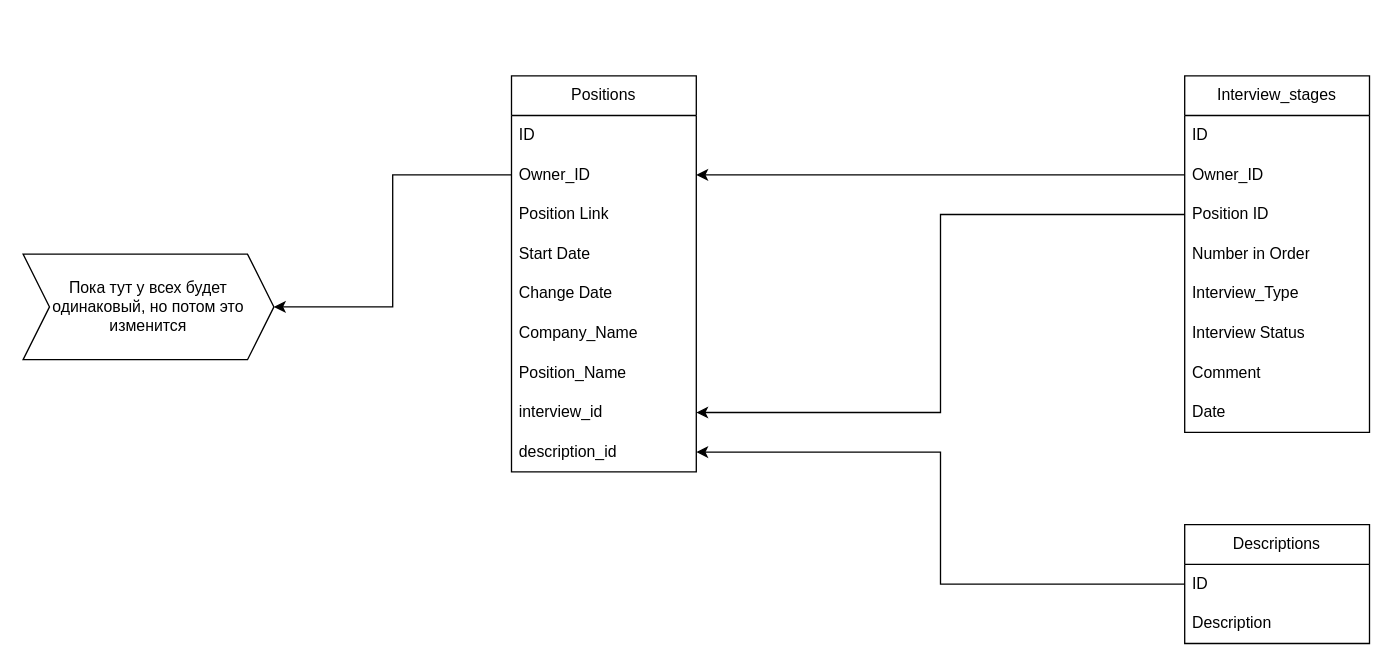
This is db_interview_helper.drawio from DimaVarek/exercises, a draw.io file, before an edit. Source tidied: cells renumbered, new cells numbered last; positions are measured from the earlier drawing's top-left corner, leaving out a move shared by most shapes. Both pictures are drawn from the tidied source at 132%, with x=0, y=0 at pixel (22, 75).
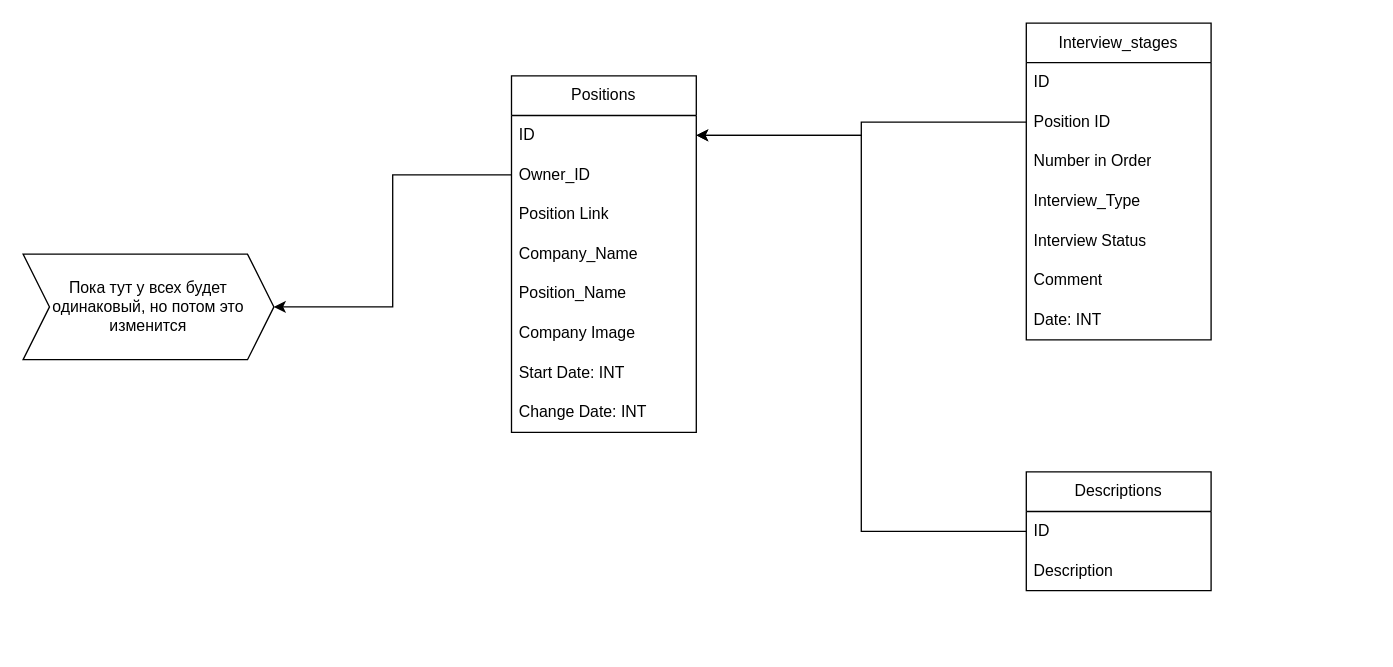
Above is the later version.

The change refers to these unchanged cells:
```xml
<mxCell id="3" value="ID" style="text;strokeColor=none;fillColor=none;align=left;verticalAlign=middle;spacingLeft=4;spacingRight=4;overflow=hidden;points=[[0,0.5],[1,0.5]];portConstraint=eastwest;whiteSpace=wrap;html=1;" parent="2" vertex="1">
  <mxGeometry y="30" width="140" height="30" as="geometry" />
</mxCell>
<mxCell id="4" value="Owner_ID" style="text;strokeColor=none;fillColor=none;align=left;verticalAlign=middle;spacingLeft=4;spacingRight=4;overflow=hidden;points=[[0,0.5],[1,0.5]];portConstraint=eastwest;whiteSpace=wrap;html=1;" parent="2" vertex="1">
  <mxGeometry y="60" width="140" height="30" as="geometry" />
</mxCell>
<mxCell id="24" value="ID" style="text;strokeColor=none;fillColor=none;align=left;verticalAlign=middle;spacingLeft=4;spacingRight=4;overflow=hidden;points=[[0,0.5],[1,0.5]];portConstraint=eastwest;whiteSpace=wrap;html=1;" parent="23" vertex="1">
  <mxGeometry y="30" width="140" height="30" as="geometry" />
</mxCell>
```

What changed in the source:
```diff
@@
     <mxCell id="2" value="Positions" style="swimlane;fontStyle=0;horizontal=1;startSize=30;whiteSpace=wrap;html=1;" parent="1" vertex="1">
-      <mxGeometry x="370" width="140" height="300" as="geometry" />
+      <mxGeometry x="370" width="140" height="270" as="geometry" />
     </mxCell>
@@
+    <mxCell id="8" value="Company_Name" style="text;strokeColor=none;fillColor=none;align=left;verticalAlign=middle;spacingLeft=4;spacingRight=4;overflow=hidden;whiteSpace=wrap;html=1;" parent="2" vertex="1">
+      <mxGeometry y="120" width="140" height="30" as="geometry" />
+    </mxCell>
+    <mxCell id="9" value="Position_Name" style="text;strokeColor=none;fillColor=none;align=left;verticalAlign=middle;spacingLeft=4;spacingRight=4;overflow=hidden;whiteSpace=wrap;html=1;" parent="2" vertex="1">
+      <mxGeometry y="150" width="140" height="30" as="geometry" />
+    </mxCell>
+    <mxCell id="29" value="Company Image" style="text;strokeColor=none;fillColor=none;align=left;verticalAlign=middle;spacingLeft=4;spacingRight=4;overflow=hidden;whiteSpace=wrap;html=1;" parent="2" vertex="1">
+      <mxGeometry y="180" width="140" height="30" as="geometry" />
+    </mxCell>
-    <mxCell id="6" value="Start Date" style="text;strokeColor=none;fillColor=none;align=left;verticalAlign=middle;spacingLeft=4;spacingRight=4;overflow=hidden;whiteSpace=wrap;html=1;" parent="2" vertex="1">
-      <mxGeometry y="120" width="140" height="30" as="geometry" />
+    <mxCell id="6" value="Start Date: INT" style="text;strokeColor=none;fillColor=none;align=left;verticalAlign=middle;spacingLeft=4;spacingRight=4;overflow=hidden;whiteSpace=wrap;html=1;" parent="2" vertex="1">
+      <mxGeometry y="210" width="140" height="30" as="geometry" />
     </mxCell>
-    <mxCell id="7" value="Change Date" style="text;strokeColor=none;fillColor=none;align=left;verticalAlign=middle;spacingLeft=4;spacingRight=4;overflow=hidden;whiteSpace=wrap;html=1;" parent="2" vertex="1">
-      <mxGeometry y="150" width="140" height="30" as="geometry" />
+    <mxCell id="7" value="Change Date: INT" style="text;strokeColor=none;fillColor=none;align=left;verticalAlign=middle;spacingLeft=4;spacingRight=4;overflow=hidden;whiteSpace=wrap;html=1;" parent="2" vertex="1">
+      <mxGeometry y="240" width="140" height="30" as="geometry" />
     </mxCell>
-    <mxCell id="8" value="Company_Name" style="text;strokeColor=none;fillColor=none;align=left;verticalAlign=middle;spacingLeft=4;spacingRight=4;overflow=hidden;whiteSpace=wrap;html=1;" parent="2" vertex="1">
-      <mxGeometry y="180" width="140" height="30" as="geometry" />
-    </mxCell>
-    <mxCell id="9" value="Position_Name" style="text;strokeColor=none;fillColor=none;align=left;verticalAlign=middle;spacingLeft=4;spacingRight=4;overflow=hidden;whiteSpace=wrap;html=1;" parent="2" vertex="1">
-      <mxGeometry y="210" width="140" height="30" as="geometry" />
-    </mxCell>
-    <mxCell id="10" value="interview_id" style="text;strokeColor=none;fillColor=none;align=left;verticalAlign=middle;spacingLeft=4;spacingRight=4;overflow=hidden;points=[[0,0.5],[1,0.5]];portConstraint=eastwest;whiteSpace=wrap;html=1;" parent="2" vertex="1">
-      <mxGeometry y="240" width="140" height="30" as="geometry" />
-    </mxCell>
-    <mxCell id="11" value="description_id" style="text;strokeColor=none;fillColor=none;align=left;verticalAlign=middle;spacingLeft=4;spacingRight=4;overflow=hidden;points=[[0,0.5],[1,0.5]];portConstraint=eastwest;whiteSpace=wrap;html=1;" parent="2" vertex="1">
-      <mxGeometry y="270" width="140" height="30" as="geometry" />
-    </mxCell>
     <mxCell id="12" value="Interview_stages" style="swimlane;fontStyle=0;horizontal=1;startSize=30;whiteSpace=wrap;html=1;" parent="1" vertex="1">
-      <mxGeometry x="880" width="140" height="270" as="geometry" />
+      <mxGeometry x="760" y="-40" width="140" height="240" as="geometry" />
     </mxCell>
@@
-    <mxCell id="14" value="Owner_ID" style="text;strokeColor=none;fillColor=none;align=left;verticalAlign=middle;spacingLeft=4;spacingRight=4;overflow=hidden;points=[[0,0.5],[1,0.5]];portConstraint=eastwest;whiteSpace=wrap;html=1;" parent="12" vertex="1">
-      <mxGeometry y="60" width="140" height="30" as="geometry" />
-    </mxCell>
     <mxCell id="15" value="Position ID" style="text;strokeColor=none;fillColor=none;align=left;verticalAlign=middle;spacingLeft=4;spacingRight=4;overflow=hidden;points=[[0,0.5],[1,0.5]];portConstraint=eastwest;whiteSpace=wrap;html=1;" parent="12" vertex="1">
-      <mxGeometry y="90" width="140" height="30" as="geometry" />
+      <mxGeometry y="60" width="140" height="30" as="geometry" />
     </mxCell>
     <mxCell id="16" value="Number in Order" style="text;strokeColor=none;fillColor=none;align=left;verticalAlign=middle;spacingLeft=4;spacingRight=4;overflow=hidden;whiteSpace=wrap;html=1;" parent="12" vertex="1">
-      <mxGeometry y="120" width="140" height="30" as="geometry" />
+      <mxGeometry y="90" width="140" height="30" as="geometry" />
     </mxCell>
     <mxCell id="17" value="Interview_Type" style="text;strokeColor=none;fillColor=none;align=left;verticalAlign=middle;spacingLeft=4;spacingRight=4;overflow=hidden;whiteSpace=wrap;html=1;" parent="12" vertex="1">
-      <mxGeometry y="150" width="140" height="30" as="geometry" />
+      <mxGeometry y="120" width="140" height="30" as="geometry" />
     </mxCell>
     <mxCell id="18" value="Interview Status" style="text;strokeColor=none;fillColor=none;align=left;verticalAlign=middle;spacingLeft=4;spacingRight=4;overflow=hidden;whiteSpace=wrap;html=1;" parent="12" vertex="1">
-      <mxGeometry y="180" width="140" height="30" as="geometry" />
+      <mxGeometry y="150" width="140" height="30" as="geometry" />
     </mxCell>
     <mxCell id="19" value="Comment" style="text;strokeColor=none;fillColor=none;align=left;verticalAlign=middle;spacingLeft=4;spacingRight=4;overflow=hidden;whiteSpace=wrap;html=1;" parent="12" vertex="1">
-      <mxGeometry y="210" width="140" height="30" as="geometry" />
+      <mxGeometry y="180" width="140" height="30" as="geometry" />
     </mxCell>
-    <mxCell id="20" value="Date" style="text;strokeColor=none;fillColor=none;align=left;verticalAlign=middle;spacingLeft=4;spacingRight=4;overflow=hidden;whiteSpace=wrap;html=1;" parent="12" vertex="1">
-      <mxGeometry y="240" width="140" height="30" as="geometry" />
+    <mxCell id="20" value="Date: INT" style="text;strokeColor=none;fillColor=none;align=left;verticalAlign=middle;spacingLeft=4;spacingRight=4;overflow=hidden;whiteSpace=wrap;html=1;" parent="12" vertex="1">
+      <mxGeometry y="210" width="140" height="30" as="geometry" />
     </mxCell>
@@
     <mxCell id="23" value="Descriptions" style="swimlane;fontStyle=0;horizontal=1;startSize=30;whiteSpace=wrap;html=1;" parent="1" vertex="1">
-      <mxGeometry x="880" y="340" width="140" height="90" as="geometry" />
+      <mxGeometry x="760" y="300" width="140" height="90" as="geometry" />
     </mxCell>
@@
-    <mxCell id="26" style="edgeStyle=orthogonalEdgeStyle;rounded=0;jettySize=auto;html=1;exitX=0;exitY=0.5;exitDx=0;exitDy=0;entryX=1;entryY=0.5;entryDx=0;entryDy=0;" parent="1" edge="1" source="24" target="11">
+    <mxCell id="26" style="edgeStyle=orthogonalEdgeStyle;rounded=0;jettySize=auto;html=1;exitX=0;exitY=0.5;exitDx=0;exitDy=0;entryX=1;entryY=0.5;entryDx=0;entryDy=0;" parent="1" edge="1" source="24" target="3">
       <mxGeometry relative="1" as="geometry" />
     </mxCell>
-    <mxCell id="27" style="edgeStyle=orthogonalEdgeStyle;rounded=0;jettySize=auto;html=1;exitX=0;exitY=0.5;exitDx=0;exitDy=0;entryX=1;entryY=0.5;entryDx=0;entryDy=0;" parent="1" edge="1" source="15" target="10">
+    <mxCell id="27" style="edgeStyle=orthogonalEdgeStyle;rounded=0;jettySize=auto;html=1;exitX=0;exitY=0.5;exitDx=0;exitDy=0;entryX=1;entryY=0.5;entryDx=0;entryDy=0;" parent="1" edge="1" source="15" target="3">
       <mxGeometry relative="1" as="geometry" />
     </mxCell>
-    <mxCell id="28" style="edgeStyle=orthogonalEdgeStyle;rounded=0;jettySize=auto;html=1;exitX=0;exitY=0.5;exitDx=0;exitDy=0;entryX=1;entryY=0.5;entryDx=0;entryDy=0;" parent="1" edge="1" source="14" target="4">
-      <mxGeometry relative="1" as="geometry" />
-    </mxCell>
```
